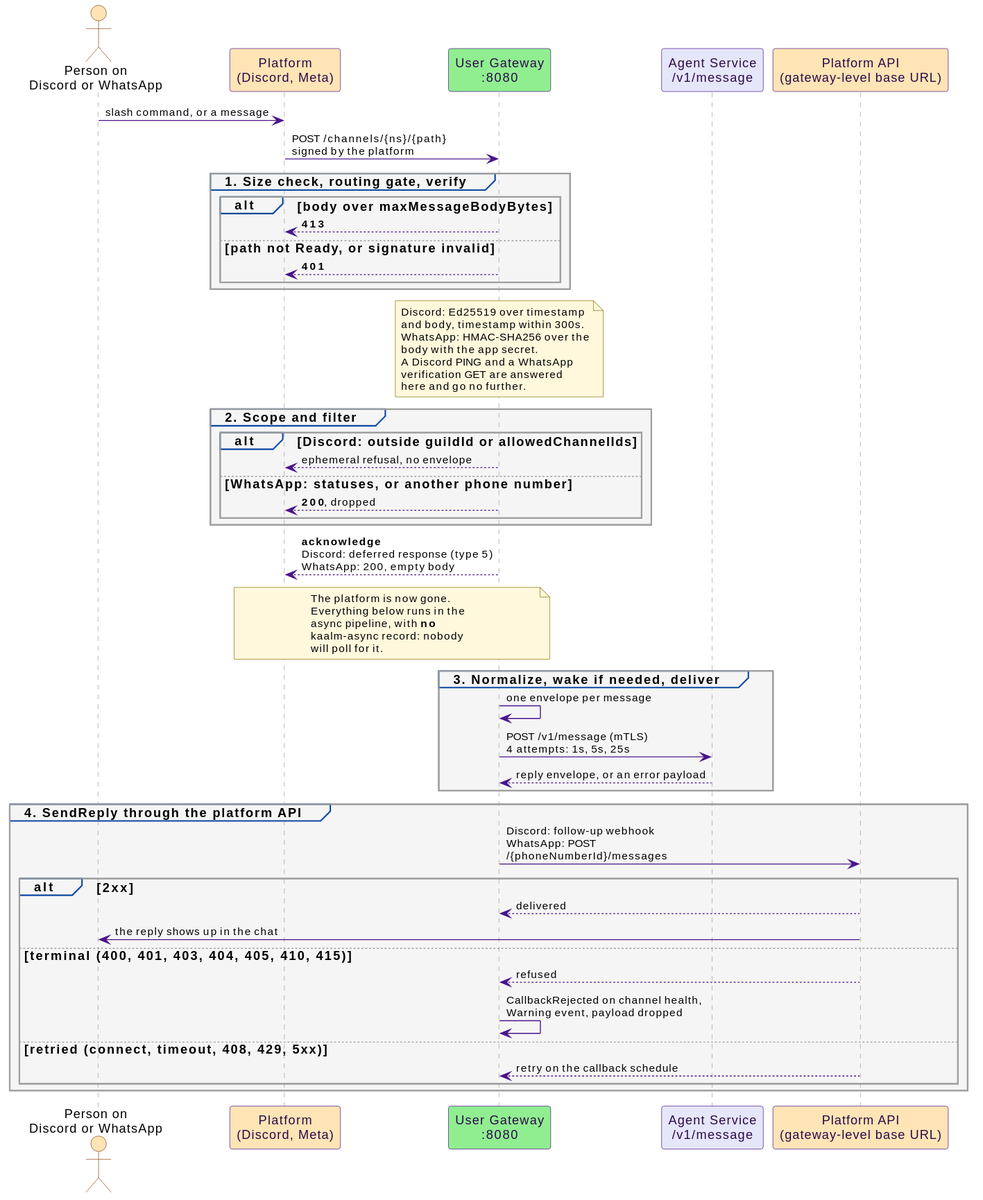
Above: docs/src/diagrams/platform-channel-flow.svg in win07xp/kaalm (PlantUML), before the change.
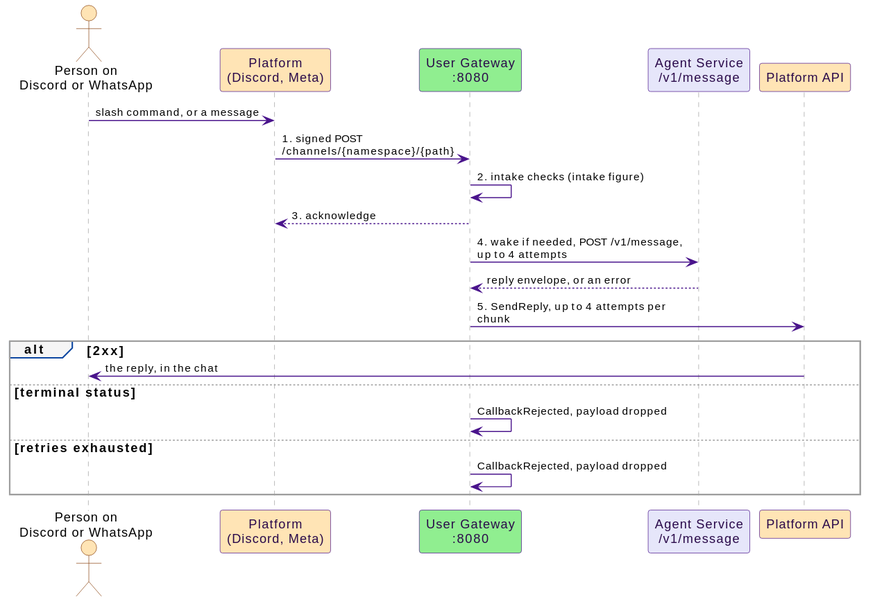
The same diagram one commit later.

Diff of the diagram source:
```diff
@@ -5,61 +5,20 @@
 participant "Platform\n(Discord, Meta)" as plat #FFE4B5
 participant "User Gateway\n:8080" as gw #90EE90
 participant "Agent Service\n/v1/message" as agent
-participant "Platform API\n(gateway-level base URL)" as api #FFE4B5
+participant "Platform API" as api #FFE4B5
 
 user -> plat : slash command, or a message
-plat -> gw : POST /channels/{ns}/{path}\nsigned by the platform
-
-group #F5F5F5 1. Size check, routing gate, verify
-  alt body over maxMessageBodyBytes
-    gw --> plat : **413**
-  else path not Ready, or signature invalid
-    gw --> plat : **401**
-  end
-end
-note over gw
-  Discord: Ed25519 over timestamp
-  and body, timestamp within 300s.
-  WhatsApp: HMAC-SHA256 over the
-  body with the app secret.
-  A Discord PING and a WhatsApp
-  verification GET are answered
-  here and go no further.
-end note
-
-group #F5F5F5 2. Scope and filter
-  alt Discord: outside guildId or allowedChannelIds
-    gw --> plat : ephemeral refusal, no envelope
-  else WhatsApp: statuses, or another phone number
-    gw --> plat : **200**, dropped
-  end
-end
-
-gw --> plat : **acknowledge**\nDiscord: deferred response (type 5)\nWhatsApp: 200, empty body
-note over plat, gw #FFF8DC
-  The platform is now gone.
-  Everything below runs in the
-  async pipeline, with **no**
-  kaalm-async record: nobody
-  will poll for it.
-end note
-
-group #F5F5F5 3. Normalize, wake if needed, deliver
-  gw -> gw : one envelope per message
-  gw -> agent : POST /v1/message (mTLS)\n4 attempts: 1s, 5s, 25s
-  agent --> gw : reply envelope, or an error payload
-end
-
-group #F5F5F5 4. SendReply through the platform API
-  gw -> api : Discord: follow-up webhook\nWhatsApp: POST /{phoneNumberId}/messages
-  alt 2xx
-    api --> gw : delivered
-    api -> user : the reply shows up in the chat
-  else terminal (400, 401, 403, 404, 405, 410, 415)
-    api --> gw : refused
-    gw -> gw : CallbackRejected on channel health,\nWarning event, payload dropped
-  else retried (connect, timeout, 408, 429, 5xx)
-    api --> gw : retry on the callback schedule
-  end
+plat -> gw : 1. signed POST /channels/{namespace}/{path}
+gw -> gw : 2. intake checks (intake figure)
+gw --> plat : 3. acknowledge
+gw -> agent : 4. wake if needed, POST /v1/message, up to 4 attempts
+agent --> gw : reply envelope, or an error
+gw -> api : 5. SendReply, up to 4 attempts per chunk
+alt 2xx
+  api -> user : the reply, in the chat
+else terminal status
+  gw -> gw : CallbackRejected, payload dropped
+else retries exhausted
+  gw -> gw : CallbackRejected, payload dropped
 end
 @enduml
```
